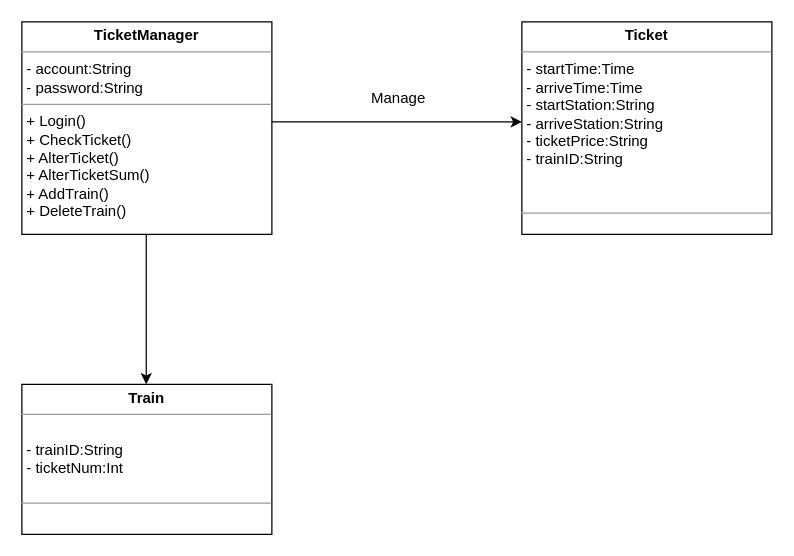
Above: drawio/UML模型圖/圖5-2 系統功能類圖.drawio in Roseller37/UML-diagram2 (draw.io), before the change. Source tidied: cells renumbered, new cells numbered last; positions are measured from the earlier drawing's top-left corner, leaving out a move shared by most shapes. Both pictures are drawn from the tidied source at 125%, with x=0, y=0 at pixel (21, 21).
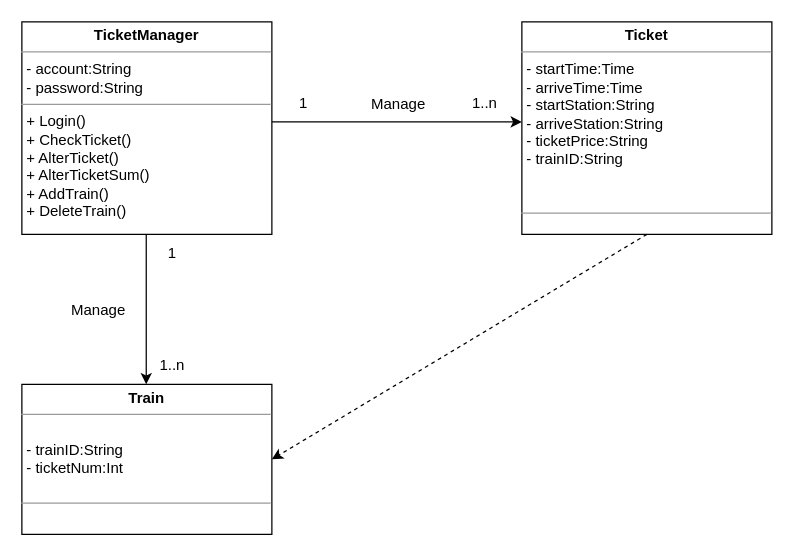
The same diagram, later.

Commit message (it also covers changes not shown here):
更新圖5-2 系統功能類圖.drawio

The edit, as a diff of the source:
```diff
@@
 <mxGraphModel>
   <root>
     <mxCell id="0" />
     <mxCell id="1" parent="0" />
     <mxCell id="2" value="&lt;p style=&quot;margin:0px;margin-top:4px;text-align:center;&quot;&gt;&lt;b&gt;TicketManager&lt;/b&gt;&lt;/p&gt;&lt;hr size=&quot;1&quot;&gt;&lt;p style=&quot;margin:0px;margin-left:4px;&quot;&gt;- account:String&lt;br&gt;- password:String&lt;/p&gt;&lt;hr size=&quot;1&quot;&gt;&lt;p style=&quot;margin:0px;margin-left:4px;&quot;&gt;+ Login()&lt;br&gt;+ CheckTicket()&lt;/p&gt;&lt;p style=&quot;margin:0px;margin-left:4px;&quot;&gt;+ AlterTicket()&lt;/p&gt;&lt;p style=&quot;margin:0px;margin-left:4px;&quot;&gt;+ AlterTicketSum()&lt;br&gt;&lt;/p&gt;&lt;p style=&quot;margin:0px;margin-left:4px;&quot;&gt;+ AddTrain()&lt;/p&gt;&lt;p style=&quot;margin:0px;margin-left:4px;&quot;&gt;+ DeleteTrain()&lt;/p&gt;" style="verticalAlign=top;align=left;overflow=fill;fontSize=12;fontFamily=Helvetica;html=1;whiteSpace=wrap;" parent="1" vertex="1">
       <mxGeometry width="200" height="170" as="geometry" />
     </mxCell>
     <mxCell id="3" value="&lt;p style=&quot;margin:0px;margin-top:4px;text-align:center;&quot;&gt;&lt;b&gt;Ticket&lt;/b&gt;&lt;/p&gt;&lt;hr size=&quot;1&quot;&gt;&lt;p style=&quot;margin:0px;margin-left:4px;&quot;&gt;- startTime:Time&lt;br&gt;- arriveTime:Time&lt;/p&gt;&lt;p style=&quot;margin:0px;margin-left:4px;&quot;&gt;- startStation:String&lt;br style=&quot;border-color: var(--border-color);&quot;&gt;&lt;/p&gt;&lt;p style=&quot;margin:0px;margin-left:4px;&quot;&gt;- arriveStation:String&lt;br&gt;&lt;/p&gt;&lt;p style=&quot;margin:0px;margin-left:4px;&quot;&gt;- ticketPrice:String&lt;br&gt;&lt;/p&gt;&lt;p style=&quot;margin:0px;margin-left:4px;&quot;&gt;- trainID:String&lt;br&gt;&lt;/p&gt;&lt;p style=&quot;margin:0px;margin-left:4px;&quot;&gt;&lt;br&gt;&lt;/p&gt;&lt;p style=&quot;margin:0px;margin-left:4px;&quot;&gt;&lt;br&gt;&lt;/p&gt;&lt;hr size=&quot;1&quot;&gt;&lt;p style=&quot;margin:0px;margin-left:4px;&quot;&gt;&lt;br&gt;&lt;/p&gt;" style="verticalAlign=top;align=left;overflow=fill;fontSize=12;fontFamily=Helvetica;html=1;whiteSpace=wrap;" parent="1" vertex="1">
       <mxGeometry x="400" width="200" height="170" as="geometry" />
     </mxCell>
     <mxCell id="4" value="&lt;p style=&quot;margin:0px;margin-top:4px;text-align:center;&quot;&gt;&lt;b&gt;Train&lt;/b&gt;&lt;/p&gt;&lt;hr size=&quot;1&quot;&gt;&lt;p style=&quot;margin:0px;margin-left:4px;&quot;&gt;&lt;br&gt;&lt;/p&gt;&lt;p style=&quot;margin:0px;margin-left:4px;&quot;&gt;- trainID:String&lt;br&gt;&lt;/p&gt;&lt;p style=&quot;margin:0px;margin-left:4px;&quot;&gt;- ticketNum:Int&lt;/p&gt;&lt;p style=&quot;margin:0px;margin-left:4px;&quot;&gt;&lt;br&gt;&lt;/p&gt;&lt;hr size=&quot;1&quot;&gt;&lt;p style=&quot;margin:0px;margin-left:4px;&quot;&gt;&lt;br&gt;&lt;/p&gt;" style="verticalAlign=top;align=left;overflow=fill;fontSize=12;fontFamily=Helvetica;html=1;whiteSpace=wrap;" parent="1" vertex="1">
       <mxGeometry y="290" width="200" height="120" as="geometry" />
     </mxCell>
     <mxCell id="5" style="endArrow=classic;html=1;rounded=0;" parent="1" edge="1">
       <mxGeometry relative="1" as="geometry">
         <mxPoint x="200" y="80" as="sourcePoint" />
         <mxPoint x="400" y="80" as="targetPoint" />
       </mxGeometry>
     </mxCell>
     <mxCell id="6" value="&lt;font style=&quot;font-size: 12px;&quot;&gt;Manage&lt;/font&gt;" style="edgeLabel;html=1;align=center;verticalAlign=middle;" parent="5" vertex="1">
       <mxGeometry x="-0.03" y="1" relative="1" as="geometry">
-        <mxPoint x="3" y="-19" as="offset" />
+        <mxPoint x="3" y="-14" as="offset" />
       </mxGeometry>
     </mxCell>
     <mxCell id="7" style="endArrow=classic;html=1;rounded=0;" parent="1" edge="1">
       <mxGeometry relative="1" as="geometry">
         <mxPoint x="99.5" y="170" as="sourcePoint" />
         <mxPoint x="99.5" y="290" as="targetPoint" />
       </mxGeometry>
     </mxCell>
+    <mxCell id="8" value="&lt;font style=&quot;font-size: 12px;&quot;&gt;Manage&lt;/font&gt;" style="edgeLabel;html=1;align=center;verticalAlign=middle;" parent="1" vertex="1">
+      <mxGeometry x="60" y="230" as="geometry" />
+    </mxCell>
+    <mxCell id="9" value="1" style="text;html=1;align=center;verticalAlign=middle;strokeColor=none;fillColor=none;" parent="1" vertex="1">
+      <mxGeometry x="105" y="170" width="30" height="30" as="geometry" />
+    </mxCell>
+    <mxCell id="10" value="1..n" style="text;html=1;align=center;verticalAlign=middle;strokeColor=none;fillColor=none;" parent="1" vertex="1">
+      <mxGeometry x="100" y="260" width="40" height="30" as="geometry" />
+    </mxCell>
+    <mxCell id="11" value="1" style="text;html=1;align=center;verticalAlign=middle;strokeColor=none;fillColor=none;" parent="1" vertex="1">
+      <mxGeometry x="210" y="50" width="30" height="30" as="geometry" />
+    </mxCell>
+    <mxCell id="12" value="1..n" style="text;html=1;align=center;verticalAlign=middle;strokeColor=none;fillColor=none;" parent="1" vertex="1">
+      <mxGeometry x="350" y="50" width="40" height="30" as="geometry" />
+    </mxCell>
+    <mxCell id="13" style="endArrow=classic;html=1;rounded=0;entryX=1;entryY=0.5;entryDx=0;entryDy=0;exitX=0.5;exitY=1;exitDx=0;exitDy=0;dashed=1;" parent="1" edge="1" source="3" target="4">
+      <mxGeometry relative="1" as="geometry" />
+    </mxCell>
   </root>
 </mxGraphModel>
```
